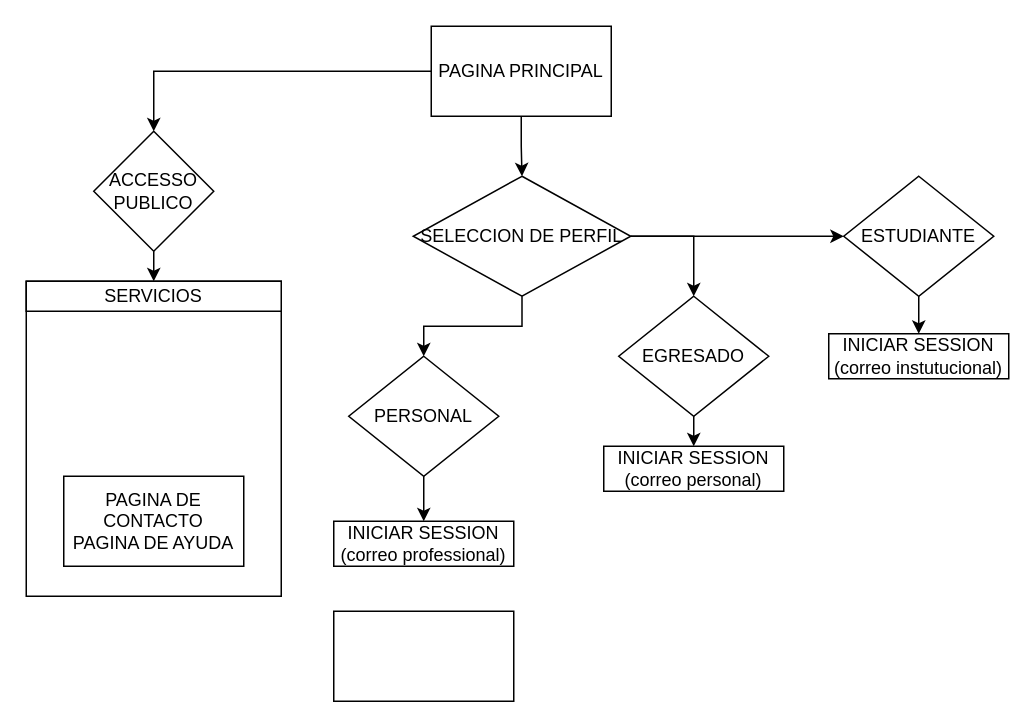
This is diagrama_flujo.drawio from F4JOV/uady-sig-dgjn, a draw.io file, before an edit. Source tidied: cells renumbered, new cells numbered last; positions are measured from the earlier drawing's top-left corner, leaving out a move shared by most shapes. Both pictures are drawn from the tidied source at 150%, with x=0, y=0 at pixel (26, 26).
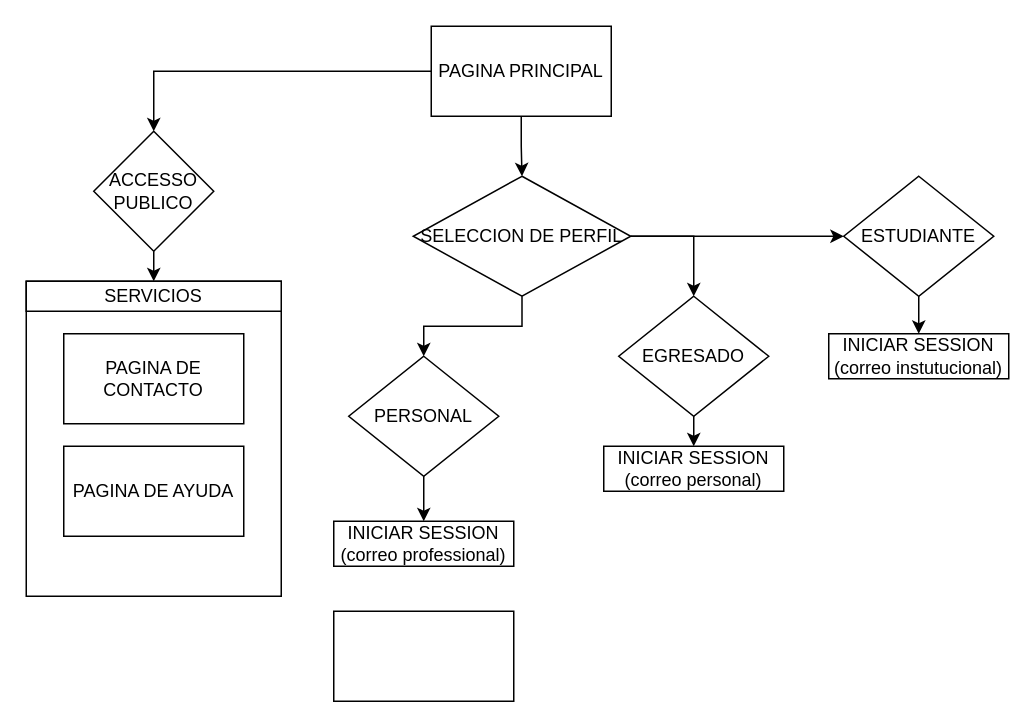
Above is the later version.

The edit, as a diff of the source:
```diff
@@
-    <mxCell id="22" value="PAGINA DE CONTACTO&lt;br&gt;PAGINA DE AYUDA" style="rounded=0;whiteSpace=wrap;html=1;" parent="1" vertex="1">
-      <mxGeometry x="25" y="300" width="120" height="60" as="geometry" />
+    <mxCell id="22" value="PAGINA DE CONTACTO" style="rounded=0;whiteSpace=wrap;html=1;" parent="1" vertex="1">
+      <mxGeometry x="25" y="205" width="120" height="60" as="geometry" />
     </mxCell>
@@
+    <mxCell id="24" value="PAGINA DE AYUDA" style="rounded=0;whiteSpace=wrap;html=1;" parent="1" vertex="1">
+      <mxGeometry x="25" y="280" width="120" height="60" as="geometry" />
+    </mxCell>
```
